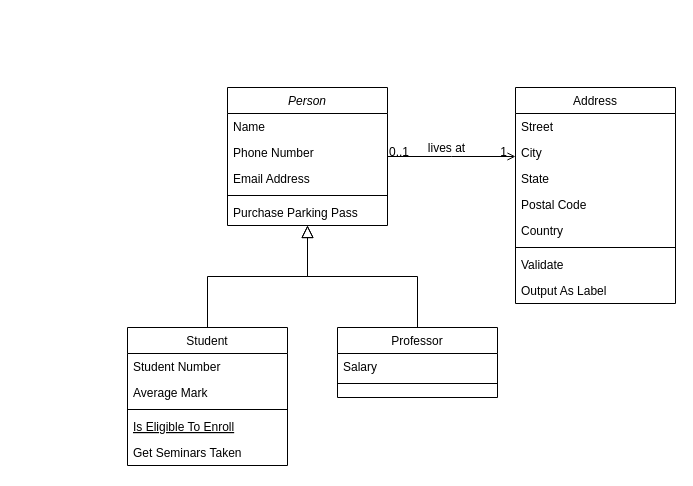
Before: assets/Diagrama sem nome.drawio in Projeto-Hippotec/Projeto-Hippotec, a draw.io diagram. Source tidied: cells renumbered, new cells numbered last; positions are measured from the earlier drawing's top-left corner, leaving out a move shared by most shapes. Both pictures are drawn from the tidied source at 100%, with x=0, y=0 at pixel (127, 87).
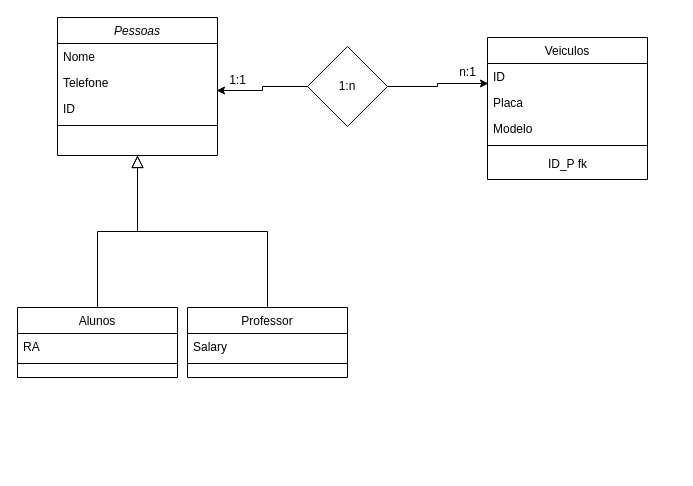
Above is the later version.

What changed in the source:
```diff
@@
-    <mxCell id="2" value="Person" style="swimlane;fontStyle=2;align=center;verticalAlign=top;horizontal=1;startSize=26;rounded=0;shadow=0;strokeWidth=1;" parent="1" vertex="1">
-      <mxGeometry x="100" width="160" height="138" as="geometry" />
+    <mxCell id="2" value="Pessoas" style="swimlane;fontStyle=2;align=center;verticalAlign=top;horizontal=1;startSize=26;rounded=0;shadow=0;strokeWidth=1;" parent="1" vertex="1">
+      <mxGeometry x="-70" y="-70" width="160" height="138" as="geometry" />
     </mxCell>
-    <mxCell id="3" value="Name" style="text;align=left;verticalAlign=top;spacingLeft=4;spacingRight=4;overflow=hidden;" parent="2" vertex="1">
+    <mxCell id="3" value="Nome&#10;" style="text;align=left;verticalAlign=top;spacingLeft=4;spacingRight=4;overflow=hidden;" parent="2" vertex="1">
       <mxGeometry y="26" width="160" height="26" as="geometry" />
     </mxCell>
-    <mxCell id="4" value="Phone Number" style="text;align=left;verticalAlign=top;spacingLeft=4;spacingRight=4;overflow=hidden;rounded=0;shadow=0;html=0;" parent="2" vertex="1">
+    <mxCell id="4" value="Telefone" style="text;align=left;verticalAlign=top;spacingLeft=4;spacingRight=4;overflow=hidden;rounded=0;shadow=0;html=0;" parent="2" vertex="1">
       <mxGeometry y="52" width="160" height="26" as="geometry" />
     </mxCell>
-    <mxCell id="5" value="Email Address" style="text;align=left;verticalAlign=top;spacingLeft=4;spacingRight=4;overflow=hidden;points=[[0,0.5],[1,0.5]];portConstraint=eastwest;rounded=0;shadow=0;html=0;" parent="2" vertex="1">
+    <mxCell id="5" value="ID&#10;" style="text;align=left;verticalAlign=top;spacingLeft=4;spacingRight=4;overflow=hidden;points=[[0,0.5],[1,0.5]];portConstraint=eastwest;rounded=0;shadow=0;html=0;" parent="2" vertex="1">
       <mxGeometry y="78" width="160" height="26" as="geometry" />
     </mxCell>
@@
-    <mxCell id="7" value="Purchase Parking Pass" style="text;align=left;verticalAlign=top;spacingLeft=4;spacingRight=4;overflow=hidden;" parent="2" vertex="1">
-      <mxGeometry y="112" width="160" height="26" as="geometry" />
-    </mxCell>
-    <mxCell id="8" value="Student" style="swimlane;fontStyle=0;align=center;verticalAlign=top;horizontal=1;startSize=26;rounded=0;shadow=0;strokeWidth=1;" parent="1" vertex="1">
-      <mxGeometry y="240" width="160" height="138" as="geometry" />
+    <mxCell id="8" value="Alunos" style="swimlane;fontStyle=0;align=center;verticalAlign=top;horizontal=1;startSize=26;rounded=0;shadow=0;strokeWidth=1;" parent="1" vertex="1">
+      <mxGeometry x="-110" y="220" width="160" height="70" as="geometry" />
     </mxCell>
-    <mxCell id="9" value="Student Number" style="text;align=left;verticalAlign=top;spacingLeft=4;spacingRight=4;overflow=hidden;" parent="8" vertex="1">
+    <mxCell id="9" value="RA" style="text;align=left;verticalAlign=top;spacingLeft=4;spacingRight=4;overflow=hidden;" parent="8" vertex="1">
       <mxGeometry y="26" width="160" height="26" as="geometry" />
     </mxCell>
-    <mxCell id="10" value="Average Mark" style="text;align=left;verticalAlign=top;spacingLeft=4;spacingRight=4;overflow=hidden;rounded=0;shadow=0;html=0;" parent="8" vertex="1">
-      <mxGeometry y="52" width="160" height="26" as="geometry" />
-    </mxCell>
     <mxCell id="11" style="line;html=1;strokeWidth=1;align=left;verticalAlign=middle;spacingTop=-1;spacingLeft=3;spacingRight=3;labelPosition=right;" parent="8" vertex="1">
-      <mxGeometry y="78" width="160" height="8" as="geometry" />
+      <mxGeometry y="52" width="160" height="8" as="geometry" />
     </mxCell>
-    <mxCell id="12" value="Is Eligible To Enroll" style="text;align=left;verticalAlign=top;spacingLeft=4;spacingRight=4;overflow=hidden;fontStyle=4;" parent="8" vertex="1">
-      <mxGeometry y="86" width="160" height="26" as="geometry" />
-    </mxCell>
-    <mxCell id="13" value="Get Seminars Taken" style="text;align=left;verticalAlign=top;spacingLeft=4;spacingRight=4;overflow=hidden;" parent="8" vertex="1">
-      <mxGeometry y="112" width="160" height="26" as="geometry" />
-    </mxCell>
@@
     <mxCell id="15" value="Professor" style="swimlane;fontStyle=0;align=center;verticalAlign=top;horizontal=1;startSize=26;rounded=0;shadow=0;strokeWidth=1;" parent="1" vertex="1">
-      <mxGeometry x="210" y="240" width="160" height="70" as="geometry" />
+      <mxGeometry x="60" y="220" width="160" height="70" as="geometry" />
     </mxCell>
@@
-    <mxCell id="19" value="Address" style="swimlane;fontStyle=0;align=center;verticalAlign=top;horizontal=1;startSize=26;rounded=0;shadow=0;strokeWidth=1;" parent="1" vertex="1">
-      <mxGeometry x="388" width="160" height="216" as="geometry" />
+    <mxCell id="19" value="Veiculos" style="swimlane;fontStyle=0;align=center;verticalAlign=top;horizontal=1;startSize=26;rounded=0;shadow=0;strokeWidth=1;" parent="1" vertex="1">
+      <mxGeometry x="360" y="-50" width="160" height="142" as="geometry" />
     </mxCell>
-    <mxCell id="20" value="Street" style="text;align=left;verticalAlign=top;spacingLeft=4;spacingRight=4;overflow=hidden;points=[[0,0.5],[1,0.5]];portConstraint=eastwest;" parent="19" vertex="1">
+    <mxCell id="20" value="ID" style="text;align=left;verticalAlign=top;spacingLeft=4;spacingRight=4;overflow=hidden;points=[[0,0.5],[1,0.5]];portConstraint=eastwest;" parent="19" vertex="1">
       <mxGeometry y="26" width="160" height="26" as="geometry" />
     </mxCell>
-    <mxCell id="21" value="City" style="text;align=left;verticalAlign=top;spacingLeft=4;spacingRight=4;overflow=hidden;rounded=0;shadow=0;html=0;" parent="19" vertex="1">
+    <mxCell id="21" value="Placa" style="text;align=left;verticalAlign=top;spacingLeft=4;spacingRight=4;overflow=hidden;rounded=0;shadow=0;html=0;" parent="19" vertex="1">
       <mxGeometry y="52" width="160" height="26" as="geometry" />
     </mxCell>
-    <mxCell id="22" value="State" style="text;align=left;verticalAlign=top;spacingLeft=4;spacingRight=4;overflow=hidden;rounded=0;shadow=0;html=0;" parent="19" vertex="1">
+    <mxCell id="22" value="Modelo" style="text;align=left;verticalAlign=top;spacingLeft=4;spacingRight=4;overflow=hidden;rounded=0;shadow=0;html=0;" parent="19" vertex="1">
       <mxGeometry y="78" width="160" height="26" as="geometry" />
     </mxCell>
-    <mxCell id="23" value="Postal Code" style="text;align=left;verticalAlign=top;spacingLeft=4;spacingRight=4;overflow=hidden;rounded=0;shadow=0;html=0;" parent="19" vertex="1">
-      <mxGeometry y="104" width="160" height="26" as="geometry" />
-    </mxCell>
-    <mxCell id="24" value="Country" style="text;align=left;verticalAlign=top;spacingLeft=4;spacingRight=4;overflow=hidden;rounded=0;shadow=0;html=0;" parent="19" vertex="1">
-      <mxGeometry y="130" width="160" height="26" as="geometry" />
-    </mxCell>
     <mxCell id="25" style="line;html=1;strokeWidth=1;align=left;verticalAlign=middle;spacingTop=-1;spacingLeft=3;spacingRight=3;labelPosition=right;" parent="19" vertex="1">
-      <mxGeometry y="156" width="160" height="8" as="geometry" />
+      <mxGeometry y="104" width="160" height="8" as="geometry" />
     </mxCell>
-    <mxCell id="26" value="Validate" style="text;align=left;verticalAlign=top;spacingLeft=4;spacingRight=4;overflow=hidden;" parent="19" vertex="1">
-      <mxGeometry y="164" width="160" height="26" as="geometry" />
-    </mxCell>
-    <mxCell id="27" value="Output As Label" style="text;align=left;verticalAlign=top;spacingLeft=4;spacingRight=4;overflow=hidden;" parent="19" vertex="1">
-      <mxGeometry y="190" width="160" height="26" as="geometry" />
-    </mxCell>
-    <mxCell id="28" style="endArrow=open;shadow=0;strokeWidth=1;rounded=0;endFill=1;edgeStyle=elbowEdgeStyle;elbow=vertical;" parent="1" edge="1" source="2" target="19">
-      <mxGeometry x="0.5" y="41" relative="1" as="geometry">
-        <mxPoint x="-40" y="32" as="offset" />
-      </mxGeometry>
-    </mxCell>
-    <mxCell id="29" value="0..1" style="align=left;verticalAlign=bottom;labelBackgroundColor=none;fontSize=12;" parent="28" vertex="1">
-      <mxGeometry x="-1" relative="1" as="geometry">
-        <mxPoint y="4" as="offset" />
-      </mxGeometry>
-    </mxCell>
-    <mxCell id="30" value="1" style="align=right;verticalAlign=bottom;labelBackgroundColor=none;fontSize=12;" parent="28" vertex="1">
-      <mxGeometry x="1" relative="1" as="geometry">
-        <mxPoint x="-7" y="4" as="offset" />
-      </mxGeometry>
-    </mxCell>
-    <mxCell id="31" value="lives at" style="text;html=1;align=center;verticalAlign=middle;labelBackgroundColor=none;rounded=0;shadow=0;strokeWidth=1;fontSize=12;" parent="28" vertex="1">
-      <mxGeometry x="0.5" y="49" relative="1" as="geometry">
-        <mxPoint x="-38" y="40" as="offset" />
-      </mxGeometry>
-    </mxCell>
+    <mxCell id="32" value="ID_P fk&lt;br&gt;" style="text;html=1;align=center;verticalAlign=middle;strokeColor=none;fillColor=none;" parent="19" vertex="1">
+      <mxGeometry y="112" width="160" height="30" as="geometry" />
+    </mxCell>
+    <mxCell id="33" style="edgeStyle=orthogonalEdgeStyle;rounded=0;jettySize=auto;html=1;exitX=0;exitY=0.5;exitDx=0;exitDy=0;entryX=0.994;entryY=-0.192;entryDx=0;entryDy=0;entryPerimeter=0;" parent="1" edge="1" source="35" target="5">
+      <mxGeometry relative="1" as="geometry" />
+    </mxCell>
+    <mxCell id="34" style="edgeStyle=orthogonalEdgeStyle;rounded=0;jettySize=auto;html=1;exitX=1;exitY=0.5;exitDx=0;exitDy=0;entryX=0.006;entryY=0.769;entryDx=0;entryDy=0;entryPerimeter=0;" parent="1" edge="1" source="35" target="20">
+      <mxGeometry relative="1" as="geometry" />
+    </mxCell>
+    <mxCell id="35" value="1:n" style="rhombus;whiteSpace=wrap;html=1;" parent="1" vertex="1">
+      <mxGeometry x="180" y="-41" width="80" height="80" as="geometry" />
+    </mxCell>
+    <mxCell id="36" value="1:1" style="text;html=1;align=center;verticalAlign=middle;strokeColor=none;fillColor=none;" parent="1" vertex="1">
+      <mxGeometry x="90" y="-22" width="40" height="30" as="geometry" />
+    </mxCell>
+    <mxCell id="37" value="n:1" style="text;html=1;align=center;verticalAlign=middle;" parent="1" vertex="1">
+      <mxGeometry x="320" y="-30" width="40" height="30" as="geometry" />
+    </mxCell>
```
